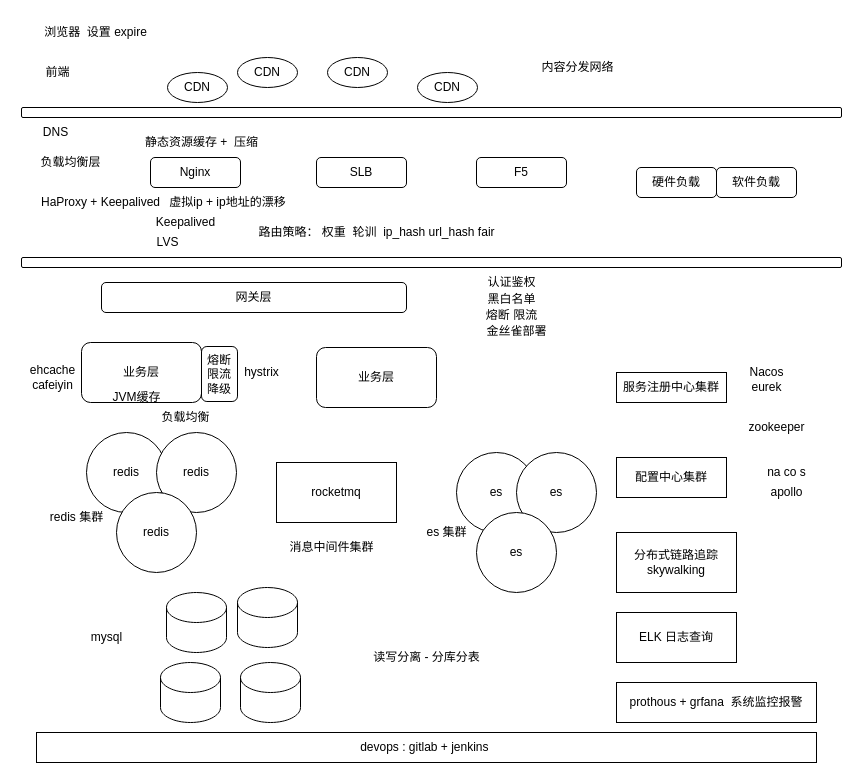
Earlier version of the draw.io diagram 面试.drawio (topyuluo/photo-project). Source tidied: cells renumbered, new cells numbered last; positions are measured from the earlier drawing's top-left corner, leaving out a move shared by most shapes. Both pictures are drawn from the tidied source at 100%, with x=0, y=0 at pixel (17, 17).
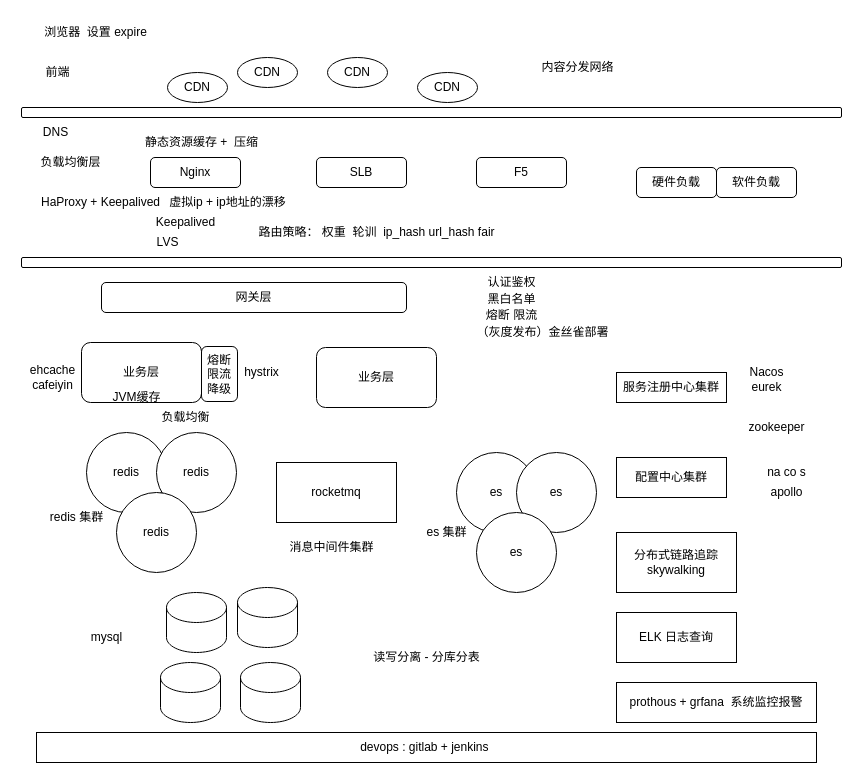
The same page after the edit.

Change to the diagram source:
```diff
@@
-    <mxCell id="22" value="金丝雀部署" style="text;html=1;align=center;verticalAlign=middle;strokeColor=none;fillColor=none;" parent="1" vertex="1">
-      <mxGeometry x="459" y="299" width="80" height="30" as="geometry" />
+    <mxCell id="22" value="（灰度发布）金丝雀部署" style="text;html=1;align=center;verticalAlign=middle;strokeColor=none;fillColor=none;" parent="1" vertex="1">
+      <mxGeometry x="445" y="300" width="160" height="30" as="geometry" />
     </mxCell>
```
